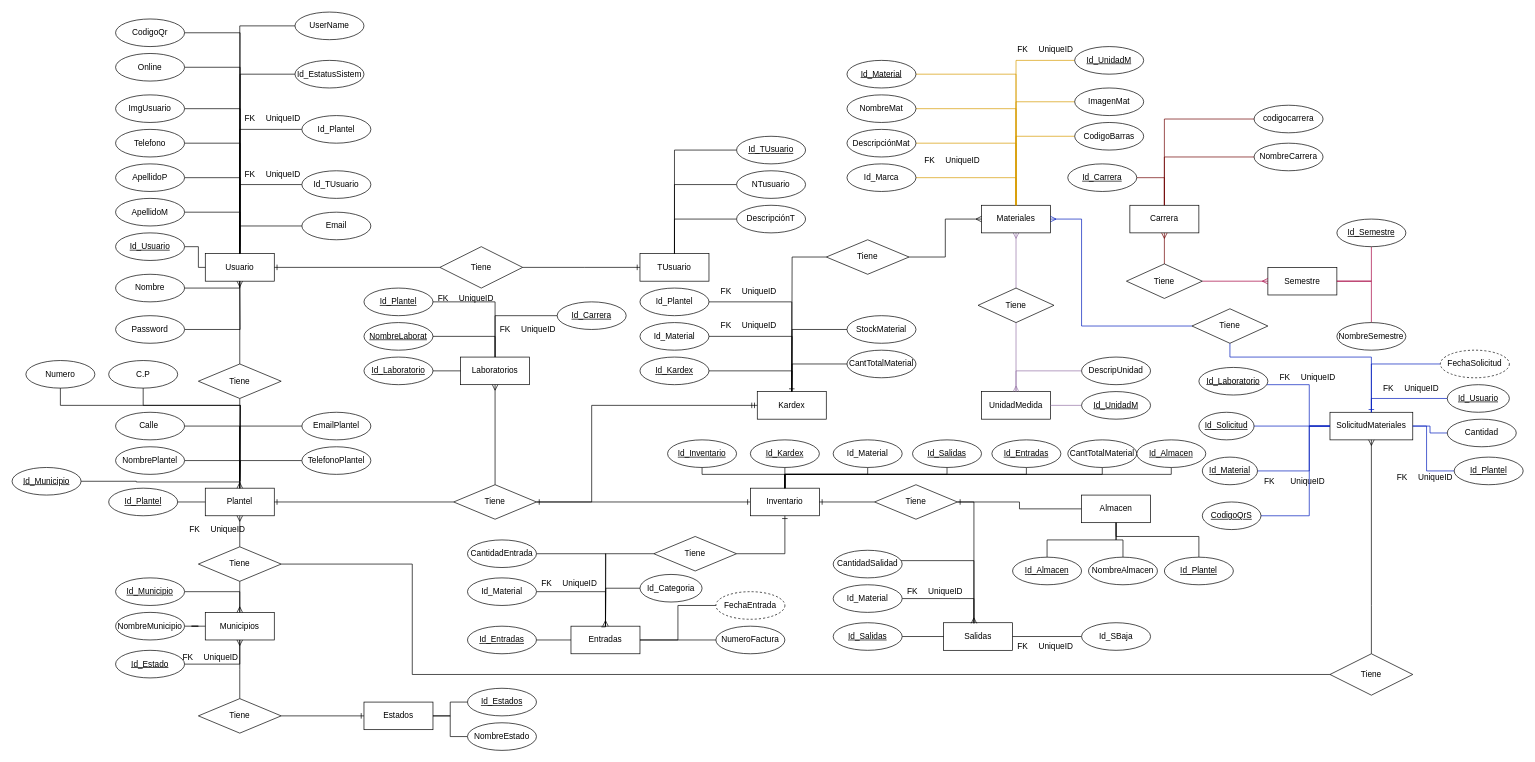
JlchavezG/ContruccionBd keeps this draw.io diagram as page "Modelo_Entidad_Relacion" (1 of 2) of SistemBd/Mysql/Diagrama sin título.drawio. Above is the earlier version. Source tidied: cells renumbered, new cells numbered last; positions are measured from the earlier drawing's top-left corner, leaving out a move shared by most shapes. Both pictures are drawn from the tidied source at 69%, with x=0, y=0 at pixel (12, 12).
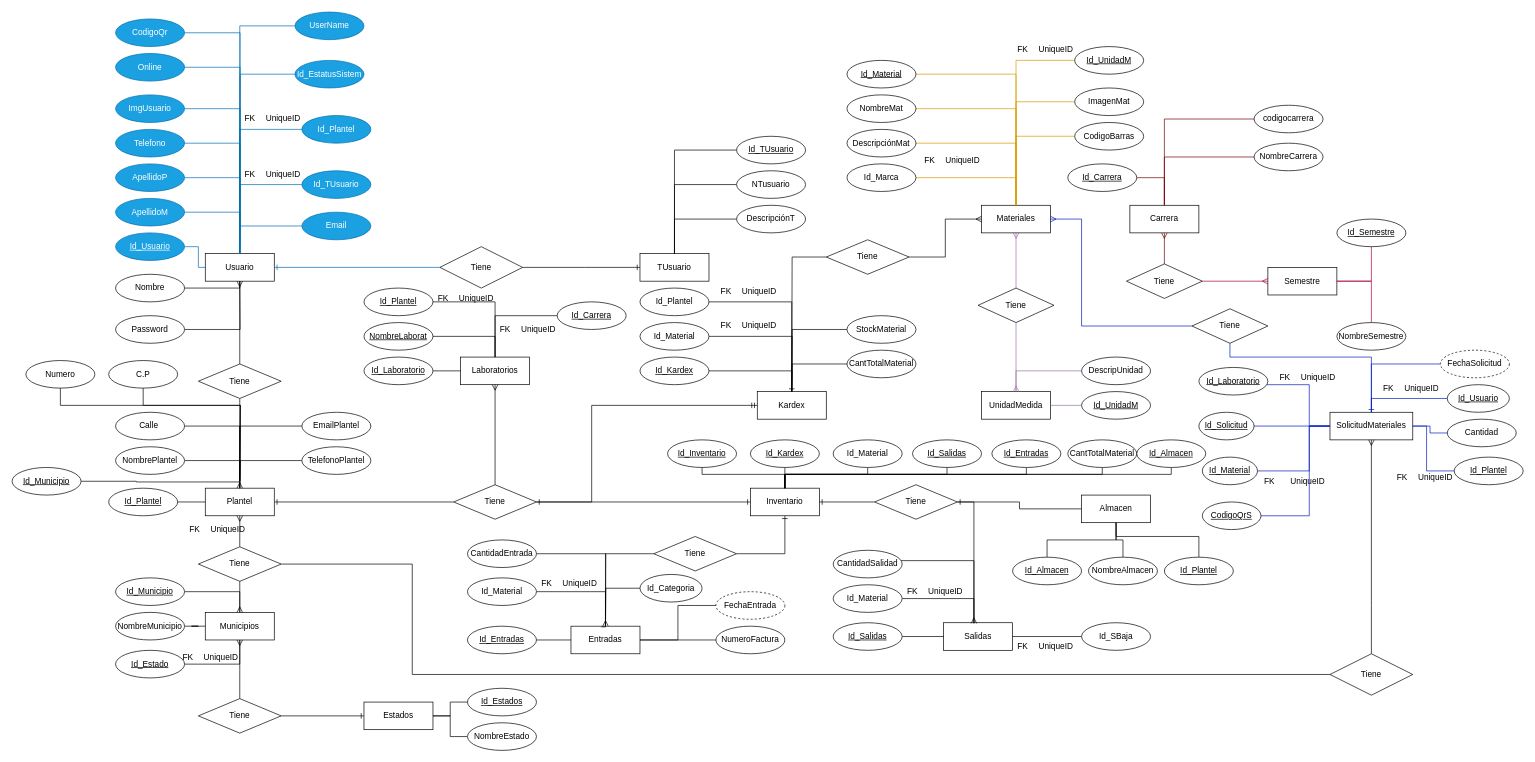
The same diagram, later.

Unchanged cells that the change refers to:
```xml
<mxCell id="2" value="Usuario" style="whiteSpace=wrap;html=1;align=center;" parent="1" vertex="1">
  <mxGeometry x="280" y="350" width="100" height="40" as="geometry" />
</mxCell>
<mxCell id="30" value="Tiene" style="shape=rhombus;perimeter=rhombusPerimeter;whiteSpace=wrap;html=1;align=center;" parent="1" vertex="1">
  <mxGeometry x="620" y="340" width="120" height="60" as="geometry" />
</mxCell>
```

Change to the diagram source:
```diff
@@
-    <mxCell id="3" style="edgeStyle=orthogonalEdgeStyle;rounded=0;jettySize=auto;html=1;entryX=0;entryY=0.5;entryDx=0;entryDy=0;endArrow=none;endFill=0;" parent="1" edge="1" source="4" target="2">
+    <mxCell id="3" style="edgeStyle=orthogonalEdgeStyle;rounded=0;jettySize=auto;html=1;entryX=0;entryY=0.5;entryDx=0;entryDy=0;endArrow=none;endFill=0;fillColor=#1ba1e2;strokeColor=#006EAF;" parent="1" edge="1" source="4" target="2">
       <mxGeometry relative="1" as="geometry" />
     </mxCell>
-    <mxCell id="4" value="Id_Usuario" style="ellipse;whiteSpace=wrap;html=1;align=center;fontStyle=4;" parent="1" vertex="1">
+    <mxCell id="4" value="Id_Usuario" style="ellipse;whiteSpace=wrap;html=1;align=center;fontStyle=4;fillColor=#1ba1e2;fontColor=#ffffff;strokeColor=#006EAF;" parent="1" vertex="1">
       <mxGeometry x="150" y="320" width="100" height="40" as="geometry" />
     </mxCell>
@@
-    <mxCell id="7" style="edgeStyle=orthogonalEdgeStyle;rounded=0;jettySize=auto;html=1;endArrow=none;endFill=0;" parent="1" edge="1" source="8">
+    <mxCell id="7" style="edgeStyle=orthogonalEdgeStyle;rounded=0;jettySize=auto;html=1;endArrow=none;endFill=0;fillColor=#1ba1e2;strokeColor=#006EAF;" parent="1" edge="1" source="8">
       <mxGeometry relative="1" as="geometry">
         <mxPoint x="330" y="350" as="targetPoint" />
       </mxGeometry>
     </mxCell>
-    <mxCell id="8" value="ApellidoM" style="ellipse;whiteSpace=wrap;html=1;align=center;" parent="1" vertex="1">
+    <mxCell id="8" value="ApellidoM" style="ellipse;whiteSpace=wrap;html=1;align=center;fillColor=#1ba1e2;fontColor=#ffffff;strokeColor=#006EAF;" parent="1" vertex="1">
       <mxGeometry x="150" y="270" width="100" height="40" as="geometry" />
     </mxCell>
-    <mxCell id="9" style="edgeStyle=orthogonalEdgeStyle;rounded=0;jettySize=auto;html=1;endArrow=none;endFill=0;" parent="1" edge="1" source="10">
+    <mxCell id="9" style="edgeStyle=orthogonalEdgeStyle;rounded=0;jettySize=auto;html=1;endArrow=none;endFill=0;fillColor=#1ba1e2;strokeColor=#006EAF;" parent="1" edge="1" source="10">
       <mxGeometry relative="1" as="geometry">
         <mxPoint x="330" y="350" as="targetPoint" />
       </mxGeometry>
     </mxCell>
-    <mxCell id="10" value="Telefono" style="ellipse;whiteSpace=wrap;html=1;align=center;" parent="1" vertex="1">
+    <mxCell id="10" value="Telefono" style="ellipse;whiteSpace=wrap;html=1;align=center;fillColor=#1ba1e2;fontColor=#ffffff;strokeColor=#006EAF;" parent="1" vertex="1">
       <mxGeometry x="150" y="170" width="100" height="40" as="geometry" />
     </mxCell>
-    <mxCell id="11" style="edgeStyle=orthogonalEdgeStyle;rounded=0;jettySize=auto;html=1;entryX=0.5;entryY=0;entryDx=0;entryDy=0;endArrow=none;endFill=0;" parent="1" edge="1" source="12" target="2">
+    <mxCell id="11" style="edgeStyle=orthogonalEdgeStyle;rounded=0;jettySize=auto;html=1;entryX=0.5;entryY=0;entryDx=0;entryDy=0;endArrow=none;endFill=0;fillColor=#1ba1e2;strokeColor=#006EAF;" parent="1" edge="1" source="12" target="2">
       <mxGeometry relative="1" as="geometry" />
     </mxCell>
-    <mxCell id="12" value="Email" style="ellipse;whiteSpace=wrap;html=1;align=center;" parent="1" vertex="1">
+    <mxCell id="12" value="Email" style="ellipse;whiteSpace=wrap;html=1;align=center;fillColor=#1ba1e2;fontColor=#ffffff;strokeColor=#006EAF;" parent="1" vertex="1">
       <mxGeometry x="420" y="290" width="100" height="40" as="geometry" />
     </mxCell>
@@
-    <mxCell id="15" style="edgeStyle=orthogonalEdgeStyle;rounded=0;jettySize=auto;html=1;entryX=0.5;entryY=0;entryDx=0;entryDy=0;endArrow=none;endFill=0;" parent="1" edge="1" source="16" target="2">
+    <mxCell id="15" style="edgeStyle=orthogonalEdgeStyle;rounded=0;jettySize=auto;html=1;entryX=0.5;entryY=0;entryDx=0;entryDy=0;endArrow=none;endFill=0;fillColor=#1ba1e2;strokeColor=#006EAF;" parent="1" edge="1" source="16" target="2">
       <mxGeometry relative="1" as="geometry" />
     </mxCell>
-    <mxCell id="16" value="Id_TUsuario" style="ellipse;whiteSpace=wrap;html=1;align=center;" parent="1" vertex="1">
+    <mxCell id="16" value="Id_TUsuario" style="ellipse;whiteSpace=wrap;html=1;align=center;fillColor=#1ba1e2;fontColor=#ffffff;strokeColor=#006EAF;" parent="1" vertex="1">
       <mxGeometry x="420" y="230" width="100" height="40" as="geometry" />
     </mxCell>
-    <mxCell id="17" style="edgeStyle=orthogonalEdgeStyle;rounded=0;jettySize=auto;html=1;entryX=0.5;entryY=0;entryDx=0;entryDy=0;endArrow=none;endFill=0;" parent="1" edge="1" source="18" target="2">
+    <mxCell id="17" style="edgeStyle=orthogonalEdgeStyle;rounded=0;jettySize=auto;html=1;entryX=0.5;entryY=0;entryDx=0;entryDy=0;endArrow=none;endFill=0;fillColor=#1ba1e2;strokeColor=#006EAF;" parent="1" edge="1" source="18" target="2">
       <mxGeometry relative="1" as="geometry" />
     </mxCell>
-    <mxCell id="18" value="Id_Plantel" style="ellipse;whiteSpace=wrap;html=1;align=center;" parent="1" vertex="1">
+    <mxCell id="18" value="Id_Plantel" style="ellipse;whiteSpace=wrap;html=1;align=center;fillColor=#1ba1e2;fontColor=#ffffff;strokeColor=#006EAF;" parent="1" vertex="1">
       <mxGeometry x="420" y="150" width="100" height="40" as="geometry" />
     </mxCell>
@@
-    <mxCell id="29" style="edgeStyle=orthogonalEdgeStyle;rounded=0;jettySize=auto;html=1;entryX=1;entryY=0.5;entryDx=0;entryDy=0;endArrow=ERone;endFill=0;" parent="1" edge="1" source="30" target="2">
+    <mxCell id="29" style="edgeStyle=orthogonalEdgeStyle;rounded=0;jettySize=auto;html=1;entryX=1;entryY=0.5;entryDx=0;entryDy=0;endArrow=ERone;endFill=0;fillColor=#1ba1e2;strokeColor=#006EAF;" parent="1" edge="1" source="30" target="2">
       <mxGeometry relative="1" as="geometry" />
     </mxCell>
@@
-    <mxCell id="52" style="edgeStyle=orthogonalEdgeStyle;rounded=0;jettySize=auto;html=1;endArrow=none;endFill=0;" parent="1" edge="1" source="53">
+    <mxCell id="52" style="edgeStyle=orthogonalEdgeStyle;rounded=0;jettySize=auto;html=1;endArrow=none;endFill=0;fillColor=#1ba1e2;strokeColor=#006EAF;" parent="1" edge="1" source="53">
       <mxGeometry relative="1" as="geometry">
         <mxPoint x="330" y="350" as="targetPoint" />
       </mxGeometry>
     </mxCell>
-    <mxCell id="53" value="ImgUsuario" style="ellipse;whiteSpace=wrap;html=1;align=center;" parent="1" vertex="1">
+    <mxCell id="53" value="ImgUsuario" style="ellipse;whiteSpace=wrap;html=1;align=center;fillColor=#1ba1e2;fontColor=#ffffff;strokeColor=#006EAF;" parent="1" vertex="1">
       <mxGeometry x="150" y="120" width="100" height="40" as="geometry" />
     </mxCell>
-    <mxCell id="54" style="edgeStyle=orthogonalEdgeStyle;rounded=0;jettySize=auto;html=1;endArrow=none;endFill=0;" parent="1" edge="1" source="55">
+    <mxCell id="54" style="edgeStyle=orthogonalEdgeStyle;rounded=0;jettySize=auto;html=1;endArrow=none;endFill=0;fillColor=#1ba1e2;strokeColor=#006EAF;" parent="1" edge="1" source="55">
       <mxGeometry relative="1" as="geometry">
         <mxPoint x="330" y="350" as="targetPoint" />
       </mxGeometry>
     </mxCell>
-    <mxCell id="55" value="ApellidoP" style="ellipse;whiteSpace=wrap;html=1;align=center;" parent="1" vertex="1">
+    <mxCell id="55" value="ApellidoP" style="ellipse;whiteSpace=wrap;html=1;align=center;fillColor=#1ba1e2;fontColor=#ffffff;strokeColor=#006EAF;" parent="1" vertex="1">
       <mxGeometry x="150" y="220" width="100" height="40" as="geometry" />
     </mxCell>
@@
-    <mxCell id="253" style="edgeStyle=orthogonalEdgeStyle;rounded=0;jettySize=auto;html=1;endArrow=none;endFill=0;" parent="1" edge="1" source="254">
+    <mxCell id="253" style="edgeStyle=orthogonalEdgeStyle;rounded=0;jettySize=auto;html=1;endArrow=none;endFill=0;fillColor=#1ba1e2;strokeColor=#006EAF;" parent="1" edge="1" source="254">
       <mxGeometry relative="1" as="geometry">
         <mxPoint x="330" y="340" as="targetPoint" />
       </mxGeometry>
     </mxCell>
-    <mxCell id="254" value="Id_EstatusSistem" style="ellipse;whiteSpace=wrap;html=1;align=center;" parent="1" vertex="1">
+    <mxCell id="254" value="Id_EstatusSistem" style="ellipse;whiteSpace=wrap;html=1;align=center;fillColor=#1ba1e2;fontColor=#ffffff;strokeColor=#006EAF;" parent="1" vertex="1">
       <mxGeometry x="410" y="70" width="100" height="40" as="geometry" />
     </mxCell>
-    <mxCell id="255" style="edgeStyle=orthogonalEdgeStyle;rounded=0;jettySize=auto;html=1;endArrow=none;endFill=0;" parent="1" edge="1" source="256">
+    <mxCell id="255" style="edgeStyle=orthogonalEdgeStyle;rounded=0;jettySize=auto;html=1;endArrow=none;endFill=0;fillColor=#1ba1e2;strokeColor=#006EAF;" parent="1" edge="1" source="256">
       <mxGeometry relative="1" as="geometry">
         <mxPoint x="330" y="350" as="targetPoint" />
       </mxGeometry>
     </mxCell>
-    <mxCell id="256" value="Online" style="ellipse;whiteSpace=wrap;html=1;align=center;" parent="1" vertex="1">
+    <mxCell id="256" value="Online" style="ellipse;whiteSpace=wrap;html=1;align=center;fillColor=#1ba1e2;fontColor=#ffffff;strokeColor=#006EAF;" parent="1" vertex="1">
       <mxGeometry x="150" y="60" width="100" height="40" as="geometry" />
     </mxCell>
-    <mxCell id="257" style="edgeStyle=orthogonalEdgeStyle;rounded=0;jettySize=auto;html=1;entryX=0.5;entryY=0;entryDx=0;entryDy=0;endArrow=none;endFill=0;" parent="1" edge="1" source="258" target="2">
-      <mxGeometry relative="1" as="geometry" />
+    <mxCell id="257" style="edgeStyle=orthogonalEdgeStyle;rounded=0;jettySize=auto;html=1;entryX=0.5;entryY=0;entryDx=0;entryDy=0;endArrow=none;endFill=0;fillColor=#1ba1e2;strokeColor=#006EAF;" parent="1" edge="1" source="258" target="2">
+      <mxGeometry relative="1" as="geometry">
+        <Array as="points">
+          <mxPoint x="330" y="20" />
+        </Array>
+      </mxGeometry>
     </mxCell>
-    <mxCell id="258" value="UserName" style="ellipse;whiteSpace=wrap;html=1;align=center;" parent="1" vertex="1">
+    <mxCell id="258" value="UserName" style="ellipse;whiteSpace=wrap;html=1;align=center;fillColor=#1ba1e2;fontColor=#ffffff;strokeColor=#006EAF;" parent="1" vertex="1">
       <mxGeometry x="410" width="100" height="40" as="geometry" />
     </mxCell>
@@
-    <mxCell id="271" style="edgeStyle=orthogonalEdgeStyle;rounded=0;jettySize=auto;html=1;endArrow=none;endFill=0;" parent="1" edge="1" source="272">
+    <mxCell id="271" style="edgeStyle=orthogonalEdgeStyle;rounded=0;jettySize=auto;html=1;endArrow=none;endFill=0;fillColor=#1ba1e2;strokeColor=#006EAF;" parent="1" edge="1" source="272">
       <mxGeometry relative="1" as="geometry">
         <mxPoint x="330" y="350" as="targetPoint" />
       </mxGeometry>
     </mxCell>
-    <mxCell id="272" value="CodigoQr" style="ellipse;whiteSpace=wrap;html=1;align=center;" parent="1" vertex="1">
+    <mxCell id="272" value="CodigoQr" style="ellipse;whiteSpace=wrap;html=1;align=center;fillColor=#1ba1e2;fontColor=#ffffff;strokeColor=#006EAF;" parent="1" vertex="1">
       <mxGeometry x="150" y="10" width="100" height="40" as="geometry" />
     </mxCell>
```
